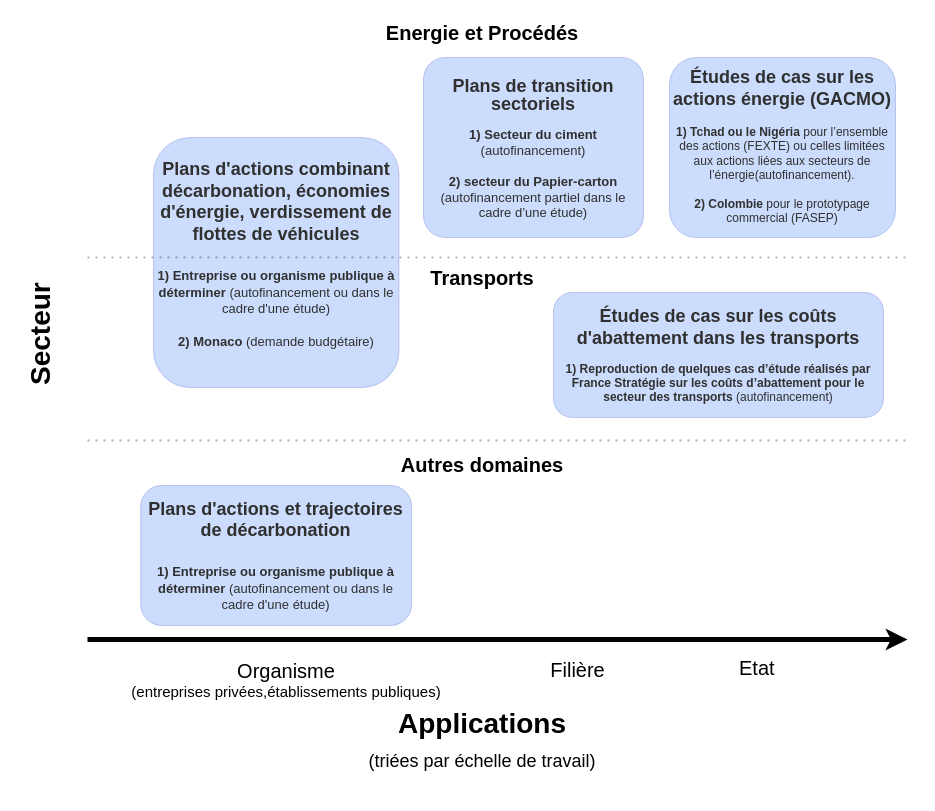
The draw.io diagram prospects_opticarb.drawio in Schlegen/drawio_schemes, before the edit. Source tidied: cells renumbered, new cells numbered last; positions are measured from the earlier drawing's top-left corner, leaving out a move shared by most shapes. Both pictures are drawn from the tidied source at 100%, with x=0, y=0 at pixel (-23, 17).
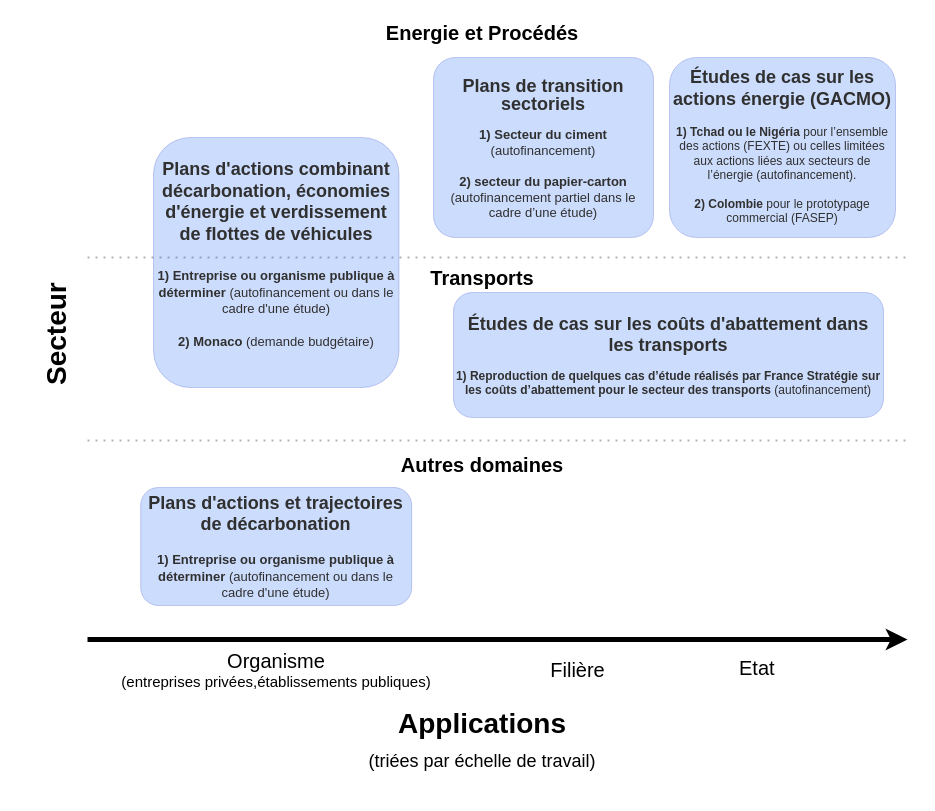
The same diagram, later.

Commit message (it also covers changes not shown here):
Mettre à jour prospects_opticarb.drawio

What changed in the source:
```diff
@@
     <mxCell id="3" value="&lt;div&gt;&lt;font style=&quot;font-size: 20px;&quot;&gt;Organisme&lt;/font&gt; &lt;font style=&quot;font-size: 15px;&quot;&gt;&lt;br&gt;&lt;/font&gt;&lt;/div&gt;&lt;div&gt;&lt;font style=&quot;font-size: 15px;&quot;&gt;(entreprises privées,établissements publiques)&lt;/font&gt;&lt;/div&gt;" style="text;html=1;strokeColor=none;fillColor=none;align=center;verticalAlign=middle;whiteSpace=wrap;rounded=0;" parent="1" vertex="1">
-      <mxGeometry x="146" y="632" width="326" height="60" as="geometry" />
+      <mxGeometry x="135.8" y="622" width="326" height="60" as="geometry" />
     </mxCell>
@@
-    <mxCell id="11" value="&lt;p style=&quot;line-height: 100%; font-size: 12px;&quot;&gt;&lt;/p&gt;&lt;div style=&quot;font-size: 18px;&quot;&gt;&lt;font style=&quot;font-size: 18px;&quot;&gt;&lt;b style=&quot;&quot;&gt;Plans d'actions combinant décarbonation, économies d'énergie, verdissement de flottes de véhicules&lt;br&gt;&lt;/b&gt;&lt;/font&gt;&lt;/div&gt;&lt;div style=&quot;font-size: 18px;&quot;&gt;&lt;font style=&quot;font-size: 18px;&quot;&gt;&lt;b style=&quot;&quot;&gt;&lt;br&gt;&lt;/b&gt;&lt;/font&gt;&lt;/div&gt;&lt;div style=&quot;font-size: 18px; line-height: 80%;&quot;&gt;&lt;font style=&quot;font-size: 18px;&quot; size=&quot;1&quot;&gt;&lt;span style=&quot;font-size: 13px;&quot;&gt;&lt;b&gt;1) Entreprise ou organisme publique à déterminer &lt;/b&gt;(autofinancement ou dans le cadre d'une étude)&lt;/span&gt;&lt;/font&gt;&lt;/div&gt;&lt;div style=&quot;font-size: 18px; line-height: 80%;&quot;&gt;&lt;font style=&quot;font-size: 18px;&quot; size=&quot;1&quot;&gt;&lt;span style=&quot;font-size: 13px;&quot;&gt;&lt;br&gt;&lt;/span&gt;&lt;/font&gt;&lt;/div&gt;&lt;div style=&quot;font-size: 18px; line-height: 80%;&quot;&gt;&lt;font style=&quot;font-size: 18px;&quot; size=&quot;1&quot;&gt;&lt;span style=&quot;font-size: 13px;&quot;&gt;&lt;b&gt;2) Monaco&lt;/b&gt; (demande budgétaire)&lt;br&gt;&lt;/span&gt;&lt;/font&gt;&lt;/div&gt;&lt;div style=&quot;font-size: 18px; line-height: 80%;&quot;&gt;&lt;font style=&quot;font-size: 18px;&quot; size=&quot;1&quot;&gt;&lt;span style=&quot;font-size: 13px;&quot;&gt;&lt;br&gt;&lt;/span&gt;&lt;/font&gt;&lt;/div&gt;&lt;p style=&quot;font-size: 12px;&quot;&gt;&lt;/p&gt;" style="rounded=1;whiteSpace=wrap;html=1;fontSize=12;labelBackgroundColor=none;opacity=20;fillColor=#0050ef;strokeColor=#001DBC;fontColor=#303030;" parent="1" vertex="1">
+    <mxCell id="11" value="&lt;p style=&quot;line-height: 100%; font-size: 12px;&quot;&gt;&lt;/p&gt;&lt;div style=&quot;font-size: 18px;&quot;&gt;&lt;font style=&quot;font-size: 18px;&quot;&gt;&lt;b style=&quot;&quot;&gt;Plans d'actions combinant décarbonation, économies d'énergie et verdissement de flottes de véhicules&lt;br&gt;&lt;/b&gt;&lt;/font&gt;&lt;/div&gt;&lt;div style=&quot;font-size: 18px;&quot;&gt;&lt;font style=&quot;font-size: 18px;&quot;&gt;&lt;b style=&quot;&quot;&gt;&lt;br&gt;&lt;/b&gt;&lt;/font&gt;&lt;/div&gt;&lt;div style=&quot;font-size: 18px; line-height: 80%;&quot;&gt;&lt;font style=&quot;font-size: 18px;&quot; size=&quot;1&quot;&gt;&lt;span style=&quot;font-size: 13px;&quot;&gt;&lt;b&gt;1) Entreprise ou organisme publique à déterminer &lt;/b&gt;(autofinancement ou dans le cadre d'une étude)&lt;/span&gt;&lt;/font&gt;&lt;/div&gt;&lt;div style=&quot;font-size: 18px; line-height: 80%;&quot;&gt;&lt;font style=&quot;font-size: 18px;&quot; size=&quot;1&quot;&gt;&lt;span style=&quot;font-size: 13px;&quot;&gt;&lt;br&gt;&lt;/span&gt;&lt;/font&gt;&lt;/div&gt;&lt;div style=&quot;font-size: 18px; line-height: 80%;&quot;&gt;&lt;font style=&quot;font-size: 18px;&quot; size=&quot;1&quot;&gt;&lt;span style=&quot;font-size: 13px;&quot;&gt;&lt;b&gt;2) Monaco&lt;/b&gt; (demande budgétaire)&lt;br&gt;&lt;/span&gt;&lt;/font&gt;&lt;/div&gt;&lt;div style=&quot;font-size: 18px; line-height: 80%;&quot;&gt;&lt;font style=&quot;font-size: 18px;&quot; size=&quot;1&quot;&gt;&lt;span style=&quot;font-size: 13px;&quot;&gt;&lt;br&gt;&lt;/span&gt;&lt;/font&gt;&lt;/div&gt;&lt;p style=&quot;font-size: 12px;&quot;&gt;&lt;/p&gt;" style="rounded=1;whiteSpace=wrap;html=1;fontSize=12;labelBackgroundColor=none;opacity=20;fillColor=#0050ef;strokeColor=#001DBC;fontColor=#303030;" parent="1" vertex="1">
       <mxGeometry x="176" y="120" width="245.5" height="250" as="geometry" />
     </mxCell>
-    <mxCell id="12" value="&lt;p style=&quot;line-height: 170%; font-size: 18px;&quot; align=&quot;center&quot;&gt;&lt;/p&gt;&lt;div style=&quot;font-size: 18px; line-height: 100%;&quot; align=&quot;center&quot;&gt;&lt;font style=&quot;font-size: 18px;&quot;&gt;&lt;font style=&quot;font-size: 18px;&quot;&gt;&lt;b style=&quot;&quot;&gt;Plans de transition sectoriels&lt;/b&gt;&lt;/font&gt;&lt;br&gt;&lt;/font&gt;&lt;/div&gt;&lt;div align=&quot;center&quot;&gt;&lt;br&gt;&lt;/div&gt;&lt;div style=&quot;font-size: 13px;&quot; align=&quot;center&quot;&gt;&lt;b&gt;1&lt;/b&gt;&lt;font style=&quot;font-size: 13px;&quot;&gt;&lt;b&gt;) Secteur du ciment &lt;/b&gt;(autofinancement)&lt;/font&gt;&lt;/div&gt;&lt;div style=&quot;font-size: 13px;&quot; align=&quot;center&quot;&gt;&lt;font style=&quot;font-size: 13px;&quot;&gt;&lt;br&gt;&lt;/font&gt;&lt;/div&gt;&lt;div style=&quot;font-size: 13px;&quot; align=&quot;center&quot;&gt;&lt;font style=&quot;font-size: 13px;&quot;&gt;&lt;b&gt;2) secteur du Papier-carton&lt;/b&gt; &lt;span&gt;(autofinancement partiel dans le cadre d’une étude)&lt;/span&gt;&lt;/font&gt;&lt;/div&gt;&lt;div style=&quot;font-size: 13px;&quot; align=&quot;center&quot;&gt;&lt;font style=&quot;font-size: 13px;&quot;&gt;&lt;span&gt;&lt;br&gt;&lt;/span&gt;&lt;/font&gt;&lt;/div&gt;" style="rounded=1;whiteSpace=wrap;html=1;fontSize=12;labelBackgroundColor=none;opacity=20;fillColor=#0050ef;strokeColor=#001DBC;fontColor=#303030;align=center;arcSize=12;horizontal=1;" parent="1" vertex="1">
-      <mxGeometry x="446" y="40" width="220" height="180" as="geometry" />
+    <mxCell id="12" value="&lt;p style=&quot;line-height: 170%; font-size: 18px;&quot; align=&quot;center&quot;&gt;&lt;/p&gt;&lt;div style=&quot;font-size: 18px; line-height: 100%;&quot; align=&quot;center&quot;&gt;&lt;font style=&quot;font-size: 18px;&quot;&gt;&lt;font style=&quot;font-size: 18px;&quot;&gt;&lt;b style=&quot;&quot;&gt;Plans de transition sectoriels&lt;/b&gt;&lt;/font&gt;&lt;br&gt;&lt;/font&gt;&lt;/div&gt;&lt;div align=&quot;center&quot;&gt;&lt;br&gt;&lt;/div&gt;&lt;div style=&quot;font-size: 13px;&quot; align=&quot;center&quot;&gt;&lt;b&gt;1&lt;/b&gt;&lt;font style=&quot;font-size: 13px;&quot;&gt;&lt;b&gt;) Secteur du ciment &lt;/b&gt;(autofinancement)&lt;/font&gt;&lt;/div&gt;&lt;div style=&quot;font-size: 13px;&quot; align=&quot;center&quot;&gt;&lt;font style=&quot;font-size: 13px;&quot;&gt;&lt;br&gt;&lt;/font&gt;&lt;/div&gt;&lt;div style=&quot;font-size: 13px;&quot; align=&quot;center&quot;&gt;&lt;font style=&quot;font-size: 13px;&quot;&gt;&lt;b&gt;2) secteur du papier-carton&lt;/b&gt; &lt;span&gt;(autofinancement partiel dans le cadre d’une étude)&lt;/span&gt;&lt;/font&gt;&lt;/div&gt;&lt;div style=&quot;font-size: 13px;&quot; align=&quot;center&quot;&gt;&lt;font style=&quot;font-size: 13px;&quot;&gt;&lt;span&gt;&lt;br&gt;&lt;/span&gt;&lt;/font&gt;&lt;/div&gt;" style="rounded=1;whiteSpace=wrap;html=1;fontSize=12;labelBackgroundColor=none;opacity=20;fillColor=#0050ef;strokeColor=#001DBC;fontColor=#303030;align=center;arcSize=12;horizontal=1;" parent="1" vertex="1">
+      <mxGeometry x="456" y="40" width="220" height="180" as="geometry" />
     </mxCell>
-    <mxCell id="13" value="&lt;p style=&quot;line-height: 0.4; font-size: 12px;&quot;&gt;&lt;/p&gt;&lt;div style=&quot;font-size: 18px;&quot;&gt;&lt;font style=&quot;font-size: 18px;&quot;&gt;&lt;b style=&quot;&quot;&gt;Études de cas sur les actions énergie (GACMO)&lt;/b&gt;&lt;/font&gt;&lt;/div&gt;&lt;div&gt;&lt;span&gt;&lt;b&gt;&lt;br&gt;&lt;/b&gt;&lt;/span&gt;&lt;/div&gt;&lt;div&gt;&lt;span&gt;&lt;b&gt;1) Tchad ou le Nigéria &lt;/b&gt;pour l’ensemble des actions (FEXTE) ou celles limitées aux actions liées aux secteurs de l’énergie(autofinancement).&lt;/span&gt;&lt;/div&gt;&lt;div&gt;&lt;span&gt;&lt;br&gt;&lt;/span&gt;&lt;/div&gt;&lt;div&gt;&lt;span&gt;&lt;b&gt;2)&lt;/b&gt; &lt;b&gt;Colombie &lt;/b&gt;pour le prototypage commercial (FASEP)&lt;/span&gt;&lt;/div&gt;&lt;div&gt;&lt;span&gt;&lt;br&gt;&lt;/span&gt;&lt;/div&gt;" style="rounded=1;whiteSpace=wrap;html=1;fontSize=12;labelBackgroundColor=none;opacity=20;fillColor=#0050ef;strokeColor=#001DBC;fontColor=#303030;" parent="1" vertex="1">
+    <mxCell id="13" value="&lt;p style=&quot;line-height: 0.4; font-size: 12px;&quot;&gt;&lt;/p&gt;&lt;div style=&quot;font-size: 18px;&quot;&gt;&lt;font style=&quot;font-size: 18px;&quot;&gt;&lt;b style=&quot;&quot;&gt;Études de cas sur les actions énergie (GACMO)&lt;/b&gt;&lt;/font&gt;&lt;/div&gt;&lt;div&gt;&lt;span&gt;&lt;b&gt;&lt;br&gt;&lt;/b&gt;&lt;/span&gt;&lt;/div&gt;&lt;div&gt;&lt;span&gt;&lt;b&gt;1) Tchad ou le Nigéria &lt;/b&gt;pour l’ensemble des actions (FEXTE) ou celles limitées aux actions liées aux secteurs de l’énergie (autofinancement).&lt;/span&gt;&lt;/div&gt;&lt;div&gt;&lt;span&gt;&lt;br&gt;&lt;/span&gt;&lt;/div&gt;&lt;div&gt;&lt;span&gt;&lt;b&gt;2)&lt;/b&gt; &lt;b&gt;Colombie &lt;/b&gt;pour le prototypage commercial (FASEP)&lt;/span&gt;&lt;/div&gt;&lt;div&gt;&lt;span&gt;&lt;br&gt;&lt;/span&gt;&lt;/div&gt;" style="rounded=1;whiteSpace=wrap;html=1;fontSize=12;labelBackgroundColor=none;opacity=20;fillColor=#0050ef;strokeColor=#001DBC;fontColor=#303030;" parent="1" vertex="1">
       <mxGeometry x="692" y="40" width="226" height="180" as="geometry" />
     </mxCell>
     <mxCell id="14" value="&lt;p style=&quot;line-height: 0.4; font-size: 12px;&quot;&gt;&lt;/p&gt;&lt;div style=&quot;font-size: 18px;&quot;&gt;&lt;font style=&quot;font-size: 18px;&quot;&gt;&lt;b style=&quot;&quot;&gt;Études de cas sur les coûts d'abattement dans les transports&lt;/b&gt;&lt;/font&gt;&lt;/div&gt;&lt;p&gt;&lt;span&gt;&lt;b&gt;1) Reproduction de quelques cas d’étude réalisés par France Stratégie sur les coûts d’abattement pour le secteur des transports&lt;/b&gt; (autofinancement) &lt;br&gt;&lt;/span&gt;&lt;/p&gt;" style="rounded=1;whiteSpace=wrap;html=1;fontSize=12;labelBackgroundColor=none;opacity=20;fillColor=#0050ef;strokeColor=#001DBC;fontColor=#303030;" parent="1" vertex="1">
-      <mxGeometry x="576" y="275" width="330" height="125" as="geometry" />
+      <mxGeometry x="476" y="275" width="430" height="125" as="geometry" />
     </mxCell>
@@
     <mxCell id="16" value="&lt;font style=&quot;font-size: 28px;&quot;&gt;&lt;b&gt;Secteur&lt;/b&gt;&lt;/font&gt;" style="text;whiteSpace=wrap;html=1;fontSize=12;fontFamily=Helvetica;rotation=-90;" parent="1" vertex="1">
-      <mxGeometry y="290" width="120" height="40" as="geometry" />
+      <mxGeometry x="16" y="290" width="120" height="40" as="geometry" />
     </mxCell>
-    <mxCell id="17" value="&lt;div&gt;&lt;b&gt;&lt;font style=&quot;font-size: 18px;&quot;&gt;Plans d'actions et trajectoires de décarbonation&lt;/font&gt;&lt;/b&gt;&lt;/div&gt;&lt;div&gt;&lt;b&gt;&lt;font style=&quot;font-size: 18px;&quot;&gt;&lt;br&gt;&lt;/font&gt;&lt;/b&gt;&lt;/div&gt;&lt;div&gt;&lt;div style=&quot;font-size: 18px; line-height: 80%;&quot;&gt;&lt;font style=&quot;font-size: 18px;&quot; size=&quot;1&quot;&gt;&lt;span style=&quot;font-size: 13px;&quot;&gt;&lt;b&gt;1) Entreprise ou organisme publique à déterminer &lt;/b&gt;(autofinancement ou dans le cadre d'une étude)&lt;br&gt;&lt;/span&gt;&lt;/font&gt;&lt;/div&gt;&lt;/div&gt;" style="rounded=1;whiteSpace=wrap;html=1;fontSize=12;labelBackgroundColor=none;opacity=20;fillColor=#0050ef;strokeColor=#001DBC;fontColor=#303030;" parent="1" vertex="1">
-      <mxGeometry x="163.2" y="468" width="271" height="140" as="geometry" />
+    <mxCell id="17" value="&lt;div&gt;&lt;b&gt;&lt;font style=&quot;font-size: 18px;&quot;&gt;Plans d'actions et trajectoires de décarbonation&lt;/font&gt;&lt;/b&gt;&lt;/div&gt;&lt;div&gt;&lt;b style=&quot;font-size: 13px;&quot;&gt;&lt;font style=&quot;font-size: 13px;&quot;&gt;&lt;br&gt;&lt;/font&gt;&lt;/b&gt;&lt;/div&gt;&lt;div&gt;&lt;div style=&quot;font-size: 18px; line-height: 80%;&quot;&gt;&lt;font style=&quot;font-size: 18px;&quot; size=&quot;1&quot;&gt;&lt;span style=&quot;font-size: 13px;&quot;&gt;&lt;b&gt;1) Entreprise ou organisme publique à déterminer &lt;/b&gt;(autofinancement ou dans le cadre d'une étude)&lt;br&gt;&lt;/span&gt;&lt;/font&gt;&lt;/div&gt;&lt;/div&gt;" style="rounded=1;whiteSpace=wrap;html=1;fontSize=12;labelBackgroundColor=none;opacity=20;fillColor=#0050ef;strokeColor=#001DBC;fontColor=#303030;" parent="1" vertex="1">
+      <mxGeometry x="163.2" y="470" width="271" height="118" as="geometry" />
     </mxCell>
```
